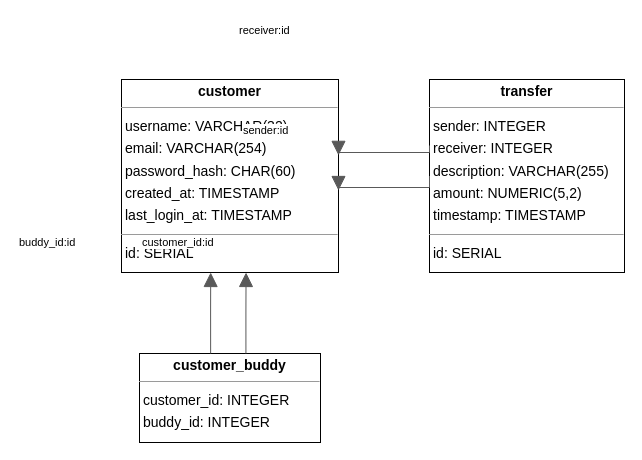
This is doc/paymybuddy.drawio from Voyvode/wojciechowski-william-paymybuddy-Java, a draw.io file, before an edit. Source tidied: cells renumbered, new cells numbered last; positions are measured from the earlier drawing's top-left corner, leaving out a move shared by most shapes. Both pictures are drawn from the tidied source at 100%, with x=0, y=0 at pixel (121, 79).
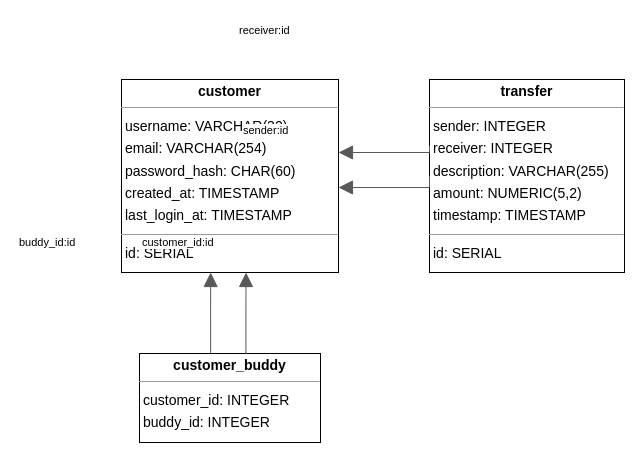
Above is the later version.

Change to the diagram source:
```diff
@@
 <mxGraphModel>
   <root>
     <mxCell id="0" />
     <mxCell id="1" parent="0" />
     <mxCell id="2" value="&lt;p style=&quot;margin:0px;margin-top:4px;text-align:center;&quot;&gt;&lt;b&gt;customer_buddy&lt;/b&gt;&lt;/p&gt;&lt;hr size=&quot;1&quot;&gt;&lt;p style=&quot;margin:0 0 0 4px;line-height:1.6;&quot;&gt; customer_id: INTEGER&lt;br&gt; buddy_id:&amp;nbsp;&lt;span style=&quot;background-color: initial;&quot;&gt;INTEGER&lt;/span&gt;&lt;/p&gt;" style="verticalAlign=top;align=left;overflow=fill;fontSize=14;fontFamily=Helvetica;html=1;rounded=0;shadow=0;comic=0;labelBackgroundColor=none;strokeWidth=1;" parent="1" vertex="1">
       <mxGeometry x="18" y="274" width="181" height="89" as="geometry" />
     </mxCell>
     <mxCell id="3" value="&lt;p style=&quot;margin:0px;margin-top:4px;text-align:center;&quot;&gt;&lt;b&gt;customer&lt;/b&gt;&lt;/p&gt;&lt;hr size=&quot;1&quot;&gt;&lt;p style=&quot;margin:0 0 0 4px;line-height:1.6;&quot;&gt; username: VARCHAR(32)&lt;br&gt; email: VARCHAR(254)&lt;br&gt; password_hash: CHAR(60)&lt;br&gt; created_at: TIMESTAMP&lt;br&gt;last_login_at: TIMESTAMP&lt;br&gt;&lt;/p&gt;&lt;hr size=&quot;1&quot;&gt;&lt;p style=&quot;margin:0 0 0 4px;line-height:1.6;&quot;&gt; id: SERIAL&lt;/p&gt;" style="verticalAlign=top;align=left;overflow=fill;fontSize=14;fontFamily=Helvetica;html=1;rounded=0;shadow=0;comic=0;labelBackgroundColor=none;strokeWidth=1;" parent="1" vertex="1">
       <mxGeometry width="217" height="193" as="geometry" />
     </mxCell>
     <mxCell id="4" value="&lt;p style=&quot;margin:0px;margin-top:4px;text-align:center;&quot;&gt;&lt;b&gt;transfer&lt;/b&gt;&lt;/p&gt;&lt;hr size=&quot;1&quot;&gt;&lt;p style=&quot;margin:0 0 0 4px;line-height:1.6;&quot;&gt; sender: INTEGER&lt;br&gt; receiver: INTEGER&lt;br&gt; description: VARCHAR(255)&lt;br&gt; amount: NUMERIC(5,2)&lt;br&gt; timestamp: TIMESTAMP&lt;/p&gt;&lt;hr size=&quot;1&quot;&gt;&lt;p style=&quot;margin:0 0 0 4px;line-height:1.6;&quot;&gt; id: SERIAL&lt;/p&gt;" style="verticalAlign=top;align=left;overflow=fill;fontSize=14;fontFamily=Helvetica;html=1;rounded=0;shadow=0;comic=0;labelBackgroundColor=none;strokeWidth=1;" parent="1" vertex="1">
       <mxGeometry x="308" width="195" height="193" as="geometry" />
     </mxCell>
     <mxCell id="5" style="html=1;rounded=1;edgeStyle=orthogonalEdgeStyle;dashed=0;startArrow=none;endArrow=block;endSize=12;strokeColor=#595959;exitX=0.393;exitY=0.000;exitDx=0;exitDy=0;entryX=0.411;entryY=1.000;entryDx=0;entryDy=0;" parent="1" edge="1" source="2" target="3">
       <mxGeometry relative="1" as="geometry" />
     </mxCell>
     <mxCell id="6" value="buddy_id:id" style="edgeLabel;html=1;align=left;verticalAlign=top;strokeColor=default;" parent="5" vertex="1">
       <mxGeometry x="-104" y="150" as="geometry" />
     </mxCell>
     <mxCell id="7" style="html=1;rounded=1;edgeStyle=orthogonalEdgeStyle;dashed=0;startArrow=none;endArrow=block;endSize=12;strokeColor=#595959;exitX=0.588;exitY=0.000;exitDx=0;exitDy=0;entryX=0.574;entryY=1.000;entryDx=0;entryDy=0;" parent="1" edge="1" source="2" target="3">
       <mxGeometry relative="1" as="geometry" />
     </mxCell>
     <mxCell id="8" value="customer_id:id" style="edgeLabel;html=1;align=left;verticalAlign=top;strokeColor=default;" parent="7" vertex="1">
       <mxGeometry x="19" y="150" as="geometry" />
     </mxCell>
-    <mxCell id="9" style="html=1;rounded=0;dashed=0;startArrow=none;endArrow=block;endSize=12;strokeColor=#595959;exitX=0.000;exitY=0.500;exitDx=0;exitDy=0;entryX=1.000;entryY=0.575;entryDx=0;entryDy=0;edgeStyle=orthogonalEdgeStyle;" parent="1" edge="1" source="4" target="3">
+    <mxCell id="9" style="html=1;rounded=0;dashed=0;startArrow=none;endArrow=block;endSize=12;strokeColor=#595959;exitX=0.000;exitY=0.500;exitDx=0;exitDy=0;edgeStyle=orthogonalEdgeStyle;" parent="1" edge="1" source="4" target="3">
       <mxGeometry relative="1" as="geometry">
         <Array as="points">
           <mxPoint x="308" y="108" />
         </Array>
       </mxGeometry>
     </mxCell>
     <mxCell id="10" value="sender:id" style="edgeLabel;html=1;align=left;verticalAlign=top;strokeColor=default;" parent="9" vertex="1">
       <mxGeometry x="120" y="38" as="geometry" />
     </mxCell>
-    <mxCell id="11" style="html=1;rounded=0;dashed=0;startArrow=none;endArrow=block;endSize=12;strokeColor=#595959;exitX=0.000;exitY=0.342;exitDx=0;exitDy=0;entryX=1.000;entryY=0.393;entryDx=0;entryDy=0;edgeStyle=orthogonalEdgeStyle;" parent="1" edge="1" source="4" target="3">
+    <mxCell id="11" style="html=1;rounded=0;dashed=0;startArrow=none;endArrow=block;endSize=12;strokeColor=#595959;exitX=0.000;exitY=0.342;exitDx=0;exitDy=0;edgeStyle=orthogonalEdgeStyle;" parent="1" edge="1" source="4" target="3">
       <mxGeometry relative="1" as="geometry">
         <Array as="points">
           <mxPoint x="308" y="73" />
         </Array>
       </mxGeometry>
     </mxCell>
     <mxCell id="12" value="receiver:id" style="edgeLabel;html=1;align=left;verticalAlign=top;strokeColor=default;" parent="11" vertex="1">
       <mxGeometry x="116" y="-62" as="geometry" />
     </mxCell>
   </root>
 </mxGraphModel>
```
